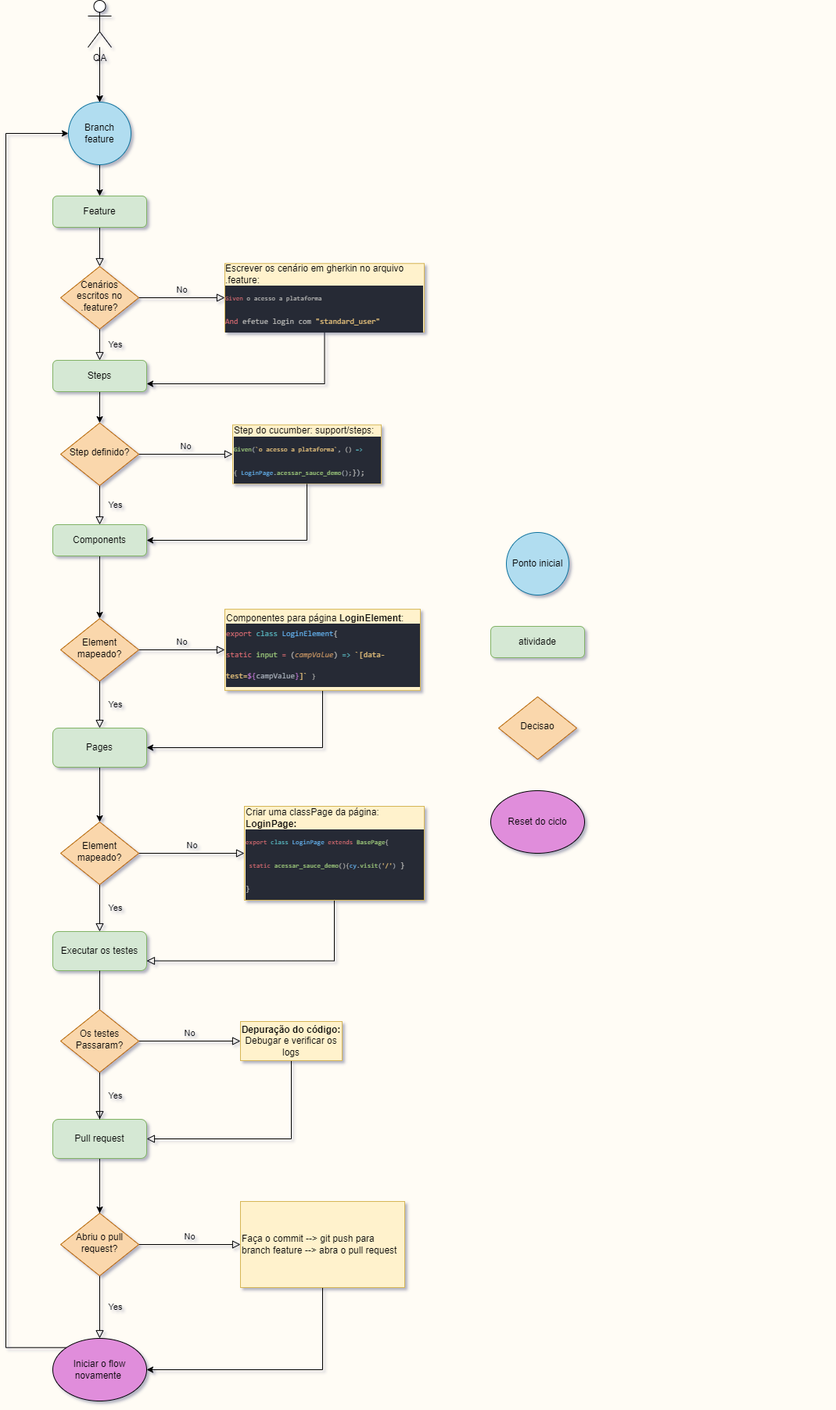
Above: workflow/flow_frontend.drawio.png in raphaelpalhano/cypress_frontend (draw.io), before the change. Source tidied: cells renumbered, new cells last; positions are measured from the earlier drawing's top-left corner, leaving out a move shared by most shapes.
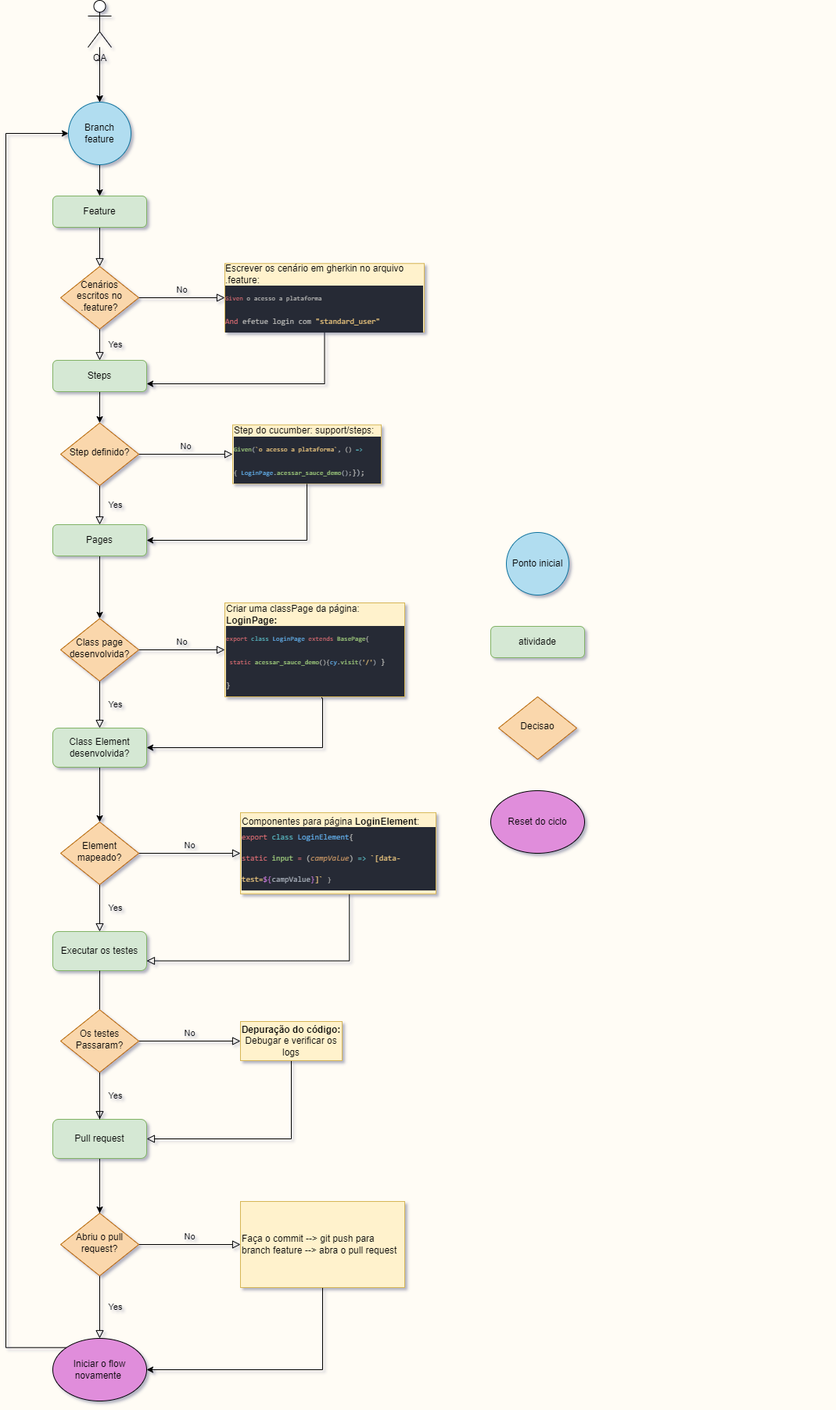
Above is the later version.

Change to the diagram source:
```diff
@@ -79,28 +79,26 @@
     <mxCell id="26" style="edgeStyle=orthogonalEdgeStyle;rounded=0;jettySize=auto;html=1;" parent="1" edge="1" source="27" target="30">
       <mxGeometry relative="1" as="geometry" />
     </mxCell>
-    <mxCell id="27" value="Components" style="rounded=1;whiteSpace=wrap;html=1;fontSize=12;glass=0;strokeWidth=1;shadow=0;fillColor=#d5e8d4;strokeColor=#82b366;" parent="1" vertex="1">
+    <mxCell id="27" value="Pages" style="rounded=1;whiteSpace=wrap;html=1;fontSize=12;glass=0;strokeWidth=1;shadow=0;fillColor=#d5e8d4;strokeColor=#82b366;" parent="1" vertex="1">
       <mxGeometry x="60" y="670" width="120" height="40" as="geometry" />
     </mxCell>
     <mxCell id="28" value="Yes" style="rounded=0;html=1;jettySize=auto;fontSize=11;endArrow=block;endFill=0;endSize=8;strokeWidth=1;shadow=0;labelBackgroundColor=none;edgeStyle=orthogonalEdgeStyle;entryX=0.5;entryY=0;entryDx=0;entryDy=0;" parent="1" edge="1" source="30" target="35">
       <mxGeometry y="20" relative="1" as="geometry" />
     </mxCell>
-    <mxCell id="29" value="No" style="edgeStyle=orthogonalEdgeStyle;rounded=0;html=1;jettySize=auto;fontSize=11;endArrow=block;endFill=0;endSize=8;strokeWidth=1;shadow=0;labelBackgroundColor=none;entryX=0;entryY=0.5;entryDx=0;entryDy=0;" parent="1" edge="1" source="30" target="32">
+    <mxCell id="29" value="No" style="edgeStyle=orthogonalEdgeStyle;rounded=0;html=1;jettySize=auto;fontSize=11;endArrow=block;endFill=0;endSize=8;strokeWidth=1;shadow=0;labelBackgroundColor=none;entryX=0;entryY=0.5;entryDx=0;entryDy=0;" parent="1" edge="1" source="30" target="38">
       <mxGeometry y="10" relative="1" as="geometry" />
     </mxCell>
-    <mxCell id="30" value="Element mapeado?" style="rhombus;whiteSpace=wrap;html=1;shadow=0;fontFamily=Helvetica;fontSize=12;align=center;strokeWidth=1;spacing=6;spacingTop=-4;fillColor=#fad7ac;strokeColor=#b46504;" parent="1" vertex="1">
+    <mxCell id="30" value="Class page desenvolvida?" style="rhombus;whiteSpace=wrap;html=1;shadow=0;fontFamily=Helvetica;fontSize=12;align=center;strokeWidth=1;spacing=6;spacingTop=-4;fillColor=#fad7ac;strokeColor=#b46504;" parent="1" vertex="1">
       <mxGeometry x="70" y="790" width="100" height="80" as="geometry" />
     </mxCell>
-    <mxCell id="31" style="edgeStyle=orthogonalEdgeStyle;rounded=0;jettySize=auto;html=1;exitX=0.5;exitY=1;exitDx=0;exitDy=0;entryX=1;entryY=0.5;entryDx=0;entryDy=0;" parent="1" edge="1" source="32" target="35">
+    <mxCell id="31" style="edgeStyle=orthogonalEdgeStyle;rounded=0;jettySize=auto;html=1;entryX=1;entryY=0.5;entryDx=0;entryDy=0;exitX=0.539;exitY=0.992;exitDx=0;exitDy=0;exitPerimeter=0;" parent="1" edge="1" source="38" target="35">
       <mxGeometry relative="1" as="geometry">
         <Array as="points">
+          <mxPoint x="405" y="892" />
           <mxPoint x="405" y="955" />
         </Array>
       </mxGeometry>
     </mxCell>
-    <mxCell id="32" value="&lt;font style=&quot;font-size: 12px&quot;&gt;Componentes para página&amp;nbsp;&lt;b&gt;LoginElement&lt;/b&gt;:&lt;/font&gt;&lt;br&gt;&lt;div style=&quot;color: rgb(187 , 187 , 187) ; background-color: rgb(40 , 44 , 52) ; font-family: &amp;#34;consolas&amp;#34; , &amp;#34;courier new&amp;#34; , monospace ; line-height: 27px ; font-size: 10px&quot;&gt;&lt;div style=&quot;font-size: 10px&quot;&gt;&lt;span style=&quot;color: rgb(224 , 108 , 117)&quot;&gt;export&lt;/span&gt; &lt;span style=&quot;color: rgb(86 , 182 , 194)&quot;&gt;class&lt;/span&gt; &lt;span style=&quot;color: rgb(97 , 175 , 239)&quot;&gt;LoginElement&lt;/span&gt;{&lt;/div&gt;&lt;div&gt;&lt;span style=&quot;font-size: 10px ; color: rgb(224 , 108 , 117)&quot;&gt;static&lt;/span&gt;&lt;span style=&quot;font-size: 10px&quot;&gt; &lt;/span&gt;&lt;span style=&quot;font-size: 10px ; color: rgb(152 , 195 , 121)&quot;&gt;input&lt;/span&gt;&lt;span style=&quot;font-size: 10px&quot;&gt; &lt;/span&gt;&lt;span style=&quot;font-size: 10px ; color: rgb(224 , 108 , 117)&quot;&gt;=&lt;/span&gt;&lt;span style=&quot;font-size: 10px&quot;&gt; (&lt;/span&gt;&lt;span style=&quot;font-size: 10px ; color: rgb(209 , 154 , 102) ; font-style: italic&quot;&gt;campValue&lt;/span&gt;&lt;span style=&quot;font-size: 10px&quot;&gt;) &lt;/span&gt;&lt;span style=&quot;font-size: 10px ; color: rgb(86 , 182 , 194)&quot;&gt;=&amp;gt;&lt;/span&gt;&lt;span style=&quot;font-size: 10px&quot;&gt; &lt;/span&gt;&lt;span style=&quot;color: rgb(229 , 192 , 123)&quot;&gt;`[data-&lt;/span&gt;&lt;span style=&quot;color: rgb(229 , 192 , 123)&quot;&gt;test=&lt;/span&gt;&lt;span style=&quot;color: rgb(198 , 120 , 221)&quot;&gt;${&lt;/span&gt;&lt;span style=&quot;color: rgb(171 , 178 , 191)&quot;&gt;campValue&lt;/span&gt;&lt;span style=&quot;color: rgb(198 , 120 , 221)&quot;&gt;}&lt;/span&gt;&lt;span style=&quot;color: rgb(229 , 192 , 123)&quot;&gt;]`&amp;nbsp;&lt;/span&gt;&lt;span style=&quot;font-size: 8.33333px&quot;&gt;}&lt;/span&gt;&lt;/div&gt;&lt;/div&gt;" style="rounded=1;whiteSpace=wrap;html=1;fontSize=12;glass=0;strokeWidth=1;shadow=0;fillColor=#fff2cc;strokeColor=#d6b656;arcSize=0;align=left;" parent="1" vertex="1">
-      <mxGeometry x="280" y="778.1" width="250" height="103.8" as="geometry" />
-    </mxCell>
     <mxCell id="33" style="edgeStyle=orthogonalEdgeStyle;rounded=0;orthogonalLoop=1;jettySize=auto;html=1;" parent="1" edge="1">
       <mxGeometry relative="1" as="geometry">
         <mxPoint x="120" y="1043.8" as="targetPoint" />
@@ -109,18 +107,15 @@
     <mxCell id="34" style="edgeStyle=orthogonalEdgeStyle;rounded=0;jettySize=auto;html=1;entryX=0.5;entryY=0;entryDx=0;entryDy=0;" parent="1" edge="1" source="35" target="55">
       <mxGeometry relative="1" as="geometry" />
     </mxCell>
-    <mxCell id="35" value="Pages" style="rounded=1;whiteSpace=wrap;html=1;fontSize=12;glass=0;strokeWidth=1;shadow=0;fillColor=#d5e8d4;strokeColor=#82b366;" parent="1" vertex="1">
+    <mxCell id="35" value="Class Element desenvolvida?" style="rounded=1;whiteSpace=wrap;html=1;fontSize=12;glass=0;strokeWidth=1;shadow=0;fillColor=#d5e8d4;strokeColor=#82b366;" parent="1" vertex="1">
       <mxGeometry x="60" y="930" width="120" height="50" as="geometry" />
     </mxCell>
     <mxCell id="36" value="Yes" style="rounded=0;html=1;jettySize=auto;fontSize=11;endArrow=block;endFill=0;endSize=8;strokeWidth=1;shadow=0;labelBackgroundColor=none;edgeStyle=orthogonalEdgeStyle;entryX=0.5;entryY=0;entryDx=0;entryDy=0;startArrow=none;" parent="1" edge="1" source="47" target="40">
       <mxGeometry y="20" relative="1" as="geometry" />
     </mxCell>
-    <mxCell id="37" style="edgeStyle=orthogonalEdgeStyle;shape=connector;rounded=0;jettySize=auto;html=1;exitX=0.5;exitY=1;exitDx=0;exitDy=0;entryX=1;entryY=0.75;entryDx=0;entryDy=0;shadow=0;labelBackgroundColor=none;fontFamily=Helvetica;fontSize=11;fontColor=default;endArrow=block;endFill=0;endSize=8;strokeColor=default;strokeWidth=1;" parent="1" edge="1" source="38" target="51">
+    <mxCell id="37" style="edgeStyle=orthogonalEdgeStyle;shape=connector;rounded=0;jettySize=auto;html=1;exitX=0.557;exitY=0.999;exitDx=0;exitDy=0;entryX=1;entryY=0.75;entryDx=0;entryDy=0;shadow=0;labelBackgroundColor=none;fontFamily=Helvetica;fontSize=11;fontColor=default;endArrow=block;endFill=0;endSize=8;strokeColor=default;strokeWidth=1;exitPerimeter=0;" parent="1" edge="1" source="32" target="51">
       <mxGeometry relative="1" as="geometry" />
     </mxCell>
-    <mxCell id="38" value="&lt;font style=&quot;font-size: 12px&quot;&gt;Criar uma classPage da página: &lt;b&gt;LoginPage:&lt;/b&gt;&lt;/font&gt;&lt;br&gt;&lt;div style=&quot;color: rgb(187 , 187 , 187) ; background-color: rgb(40 , 44 , 52) ; font-family: &amp;#34;consolas&amp;#34; , &amp;#34;courier new&amp;#34; , monospace ; line-height: 27px ; font-size: 10px&quot;&gt;&lt;div&gt;&lt;sub&gt;&lt;span style=&quot;color: #e06c75&quot;&gt;export&lt;/span&gt; &lt;span style=&quot;color: #56b6c2&quot;&gt;class&lt;/span&gt; &lt;span style=&quot;color: #61afef&quot;&gt;LoginPage&lt;/span&gt; &lt;span style=&quot;color: #e06c75&quot;&gt;extends&lt;/span&gt; &lt;span style=&quot;color: #98c379&quot;&gt;BasePage&lt;/span&gt;{&lt;/sub&gt;&lt;span style=&quot;vertical-align: sub&quot;&gt;&amp;nbsp; &amp;nbsp;&lt;/span&gt;&lt;/div&gt;&lt;div&gt;&lt;sub&gt;&amp;nbsp;&lt;span style=&quot;color: #e06c75&quot;&gt;static&lt;/span&gt; &lt;span style=&quot;color: #98c379&quot;&gt;acessar_sauce_demo&lt;/span&gt;(){&lt;/sub&gt;&lt;sub&gt;&lt;span style=&quot;color: #61afef&quot;&gt;cy&lt;/span&gt;&lt;span style=&quot;color: #abb2bf&quot;&gt;.&lt;/span&gt;&lt;span style=&quot;color: #98c379&quot;&gt;visit&lt;/span&gt;&lt;span style=&quot;color: #abb2bf&quot;&gt;(&lt;/span&gt;&lt;span style=&quot;color: #e5c07b&quot;&gt;'/'&lt;/span&gt;&lt;span style=&quot;color: #abb2bf&quot;&gt;)&lt;/span&gt;&lt;/sub&gt;&lt;span style=&quot;vertical-align: sub&quot;&gt;&amp;nbsp;}&lt;/span&gt;&lt;/div&gt;&lt;div&gt;&lt;span style=&quot;vertical-align: sub&quot;&gt;}&lt;/span&gt;&lt;/div&gt;&lt;/div&gt;" style="rounded=1;whiteSpace=wrap;html=1;fontSize=12;glass=0;strokeWidth=1;shadow=0;fillColor=#fff2cc;strokeColor=#d6b656;arcSize=0;align=left;" parent="1" vertex="1">
-      <mxGeometry x="305" y="1030" width="230" height="120" as="geometry" />
-    </mxCell>
     <mxCell id="39" style="edgeStyle=orthogonalEdgeStyle;rounded=0;jettySize=auto;html=1;exitX=0;exitY=0;exitDx=0;exitDy=0;entryX=0;entryY=0.5;entryDx=0;entryDy=0;" parent="1" edge="1" source="40" target="8">
       <mxGeometry relative="1" as="geometry">
         <Array as="points">
@@ -177,7 +172,7 @@
     <mxCell id="53" value="Yes" style="rounded=0;html=1;jettySize=auto;fontSize=11;endArrow=block;endFill=0;endSize=8;strokeWidth=1;shadow=0;labelBackgroundColor=none;edgeStyle=orthogonalEdgeStyle;entryX=0.5;entryY=0;entryDx=0;entryDy=0;" parent="1" edge="1" source="55" target="51">
       <mxGeometry y="20" relative="1" as="geometry" />
     </mxCell>
-    <mxCell id="54" value="No" style="edgeStyle=orthogonalEdgeStyle;rounded=0;html=1;jettySize=auto;fontSize=11;endArrow=block;endFill=0;endSize=8;strokeWidth=1;shadow=0;labelBackgroundColor=none;entryX=0;entryY=0.5;entryDx=0;entryDy=0;" parent="1" edge="1" source="55" target="38">
+    <mxCell id="54" value="No" style="edgeStyle=orthogonalEdgeStyle;rounded=0;html=1;jettySize=auto;fontSize=11;endArrow=block;endFill=0;endSize=8;strokeWidth=1;shadow=0;labelBackgroundColor=none;entryX=0;entryY=0.5;entryDx=0;entryDy=0;" parent="1" edge="1" source="55" target="32">
       <mxGeometry y="10" relative="1" as="geometry" />
     </mxCell>
     <mxCell id="55" value="Element mapeado?" style="rhombus;whiteSpace=wrap;html=1;shadow=0;fontFamily=Helvetica;fontSize=12;align=center;strokeWidth=1;spacing=6;spacingTop=-4;fillColor=#fad7ac;strokeColor=#b46504;" parent="1" vertex="1">
@@ -192,5 +187,11 @@
     <mxCell id="58" value="Os testes Passaram?" style="rhombus;whiteSpace=wrap;html=1;shadow=0;fontFamily=Helvetica;fontSize=12;align=center;strokeWidth=1;spacing=6;spacingTop=-4;fillColor=#fad7ac;strokeColor=#b46504;" parent="1" vertex="1">
       <mxGeometry x="70" y="1290" width="100" height="80" as="geometry" />
     </mxCell>
+    <mxCell id="38" value="&lt;font style=&quot;font-size: 12px&quot;&gt;Criar uma classPage da página: &lt;b&gt;LoginPage:&lt;/b&gt;&lt;/font&gt;&lt;br&gt;&lt;div style=&quot;color: rgb(187 , 187 , 187) ; background-color: rgb(40 , 44 , 52) ; font-family: &amp;#34;consolas&amp;#34; , &amp;#34;courier new&amp;#34; , monospace ; line-height: 27px ; font-size: 10px&quot;&gt;&lt;div&gt;&lt;sub&gt;&lt;span style=&quot;color: #e06c75&quot;&gt;export&lt;/span&gt; &lt;span style=&quot;color: #56b6c2&quot;&gt;class&lt;/span&gt; &lt;span style=&quot;color: #61afef&quot;&gt;LoginPage&lt;/span&gt; &lt;span style=&quot;color: #e06c75&quot;&gt;extends&lt;/span&gt; &lt;span style=&quot;color: #98c379&quot;&gt;BasePage&lt;/span&gt;{&lt;/sub&gt;&lt;span style=&quot;vertical-align: sub&quot;&gt;&amp;nbsp; &amp;nbsp;&lt;/span&gt;&lt;/div&gt;&lt;div&gt;&lt;sub&gt;&amp;nbsp;&lt;span style=&quot;color: #e06c75&quot;&gt;static&lt;/span&gt; &lt;span style=&quot;color: #98c379&quot;&gt;acessar_sauce_demo&lt;/span&gt;(){&lt;/sub&gt;&lt;sub&gt;&lt;span style=&quot;color: #61afef&quot;&gt;cy&lt;/span&gt;&lt;span style=&quot;color: #abb2bf&quot;&gt;.&lt;/span&gt;&lt;span style=&quot;color: #98c379&quot;&gt;visit&lt;/span&gt;&lt;span style=&quot;color: #abb2bf&quot;&gt;(&lt;/span&gt;&lt;span style=&quot;color: #e5c07b&quot;&gt;'/'&lt;/span&gt;&lt;span style=&quot;color: #abb2bf&quot;&gt;)&lt;/span&gt;&lt;/sub&gt;&lt;span style=&quot;vertical-align: sub&quot;&gt;&amp;nbsp;}&lt;/span&gt;&lt;/div&gt;&lt;div&gt;&lt;span style=&quot;vertical-align: sub&quot;&gt;}&lt;/span&gt;&lt;/div&gt;&lt;/div&gt;" style="rounded=1;whiteSpace=wrap;html=1;fontSize=12;glass=0;strokeWidth=1;shadow=0;fillColor=#fff2cc;strokeColor=#d6b656;arcSize=0;align=left;" parent="1" vertex="1">
+      <mxGeometry x="280" y="770" width="230" height="120" as="geometry" />
+    </mxCell>
+    <mxCell id="32" value="&lt;font style=&quot;font-size: 12px&quot;&gt;Componentes para página&amp;nbsp;&lt;b&gt;LoginElement&lt;/b&gt;:&lt;/font&gt;&lt;br&gt;&lt;div style=&quot;color: rgb(187 , 187 , 187) ; background-color: rgb(40 , 44 , 52) ; font-family: &amp;#34;consolas&amp;#34; , &amp;#34;courier new&amp;#34; , monospace ; line-height: 27px ; font-size: 10px&quot;&gt;&lt;div style=&quot;font-size: 10px&quot;&gt;&lt;span style=&quot;color: rgb(224 , 108 , 117)&quot;&gt;export&lt;/span&gt; &lt;span style=&quot;color: rgb(86 , 182 , 194)&quot;&gt;class&lt;/span&gt; &lt;span style=&quot;color: rgb(97 , 175 , 239)&quot;&gt;LoginElement&lt;/span&gt;{&lt;/div&gt;&lt;div&gt;&lt;span style=&quot;font-size: 10px ; color: rgb(224 , 108 , 117)&quot;&gt;static&lt;/span&gt;&lt;span style=&quot;font-size: 10px&quot;&gt; &lt;/span&gt;&lt;span style=&quot;font-size: 10px ; color: rgb(152 , 195 , 121)&quot;&gt;input&lt;/span&gt;&lt;span style=&quot;font-size: 10px&quot;&gt; &lt;/span&gt;&lt;span style=&quot;font-size: 10px ; color: rgb(224 , 108 , 117)&quot;&gt;=&lt;/span&gt;&lt;span style=&quot;font-size: 10px&quot;&gt; (&lt;/span&gt;&lt;span style=&quot;font-size: 10px ; color: rgb(209 , 154 , 102) ; font-style: italic&quot;&gt;campValue&lt;/span&gt;&lt;span style=&quot;font-size: 10px&quot;&gt;) &lt;/span&gt;&lt;span style=&quot;font-size: 10px ; color: rgb(86 , 182 , 194)&quot;&gt;=&amp;gt;&lt;/span&gt;&lt;span style=&quot;font-size: 10px&quot;&gt; &lt;/span&gt;&lt;span style=&quot;color: rgb(229 , 192 , 123)&quot;&gt;`[data-&lt;/span&gt;&lt;span style=&quot;color: rgb(229 , 192 , 123)&quot;&gt;test=&lt;/span&gt;&lt;span style=&quot;color: rgb(198 , 120 , 221)&quot;&gt;${&lt;/span&gt;&lt;span style=&quot;color: rgb(171 , 178 , 191)&quot;&gt;campValue&lt;/span&gt;&lt;span style=&quot;color: rgb(198 , 120 , 221)&quot;&gt;}&lt;/span&gt;&lt;span style=&quot;color: rgb(229 , 192 , 123)&quot;&gt;]`&amp;nbsp;&lt;/span&gt;&lt;span style=&quot;font-size: 8.33333px&quot;&gt;}&lt;/span&gt;&lt;/div&gt;&lt;/div&gt;" style="rounded=1;whiteSpace=wrap;html=1;fontSize=12;glass=0;strokeWidth=1;shadow=0;fillColor=#fff2cc;strokeColor=#d6b656;arcSize=0;align=left;" parent="1" vertex="1">
+      <mxGeometry x="300" y="1038.1" width="250" height="103.8" as="geometry" />
+    </mxCell>
   </root>
 </mxGraphModel>
```
